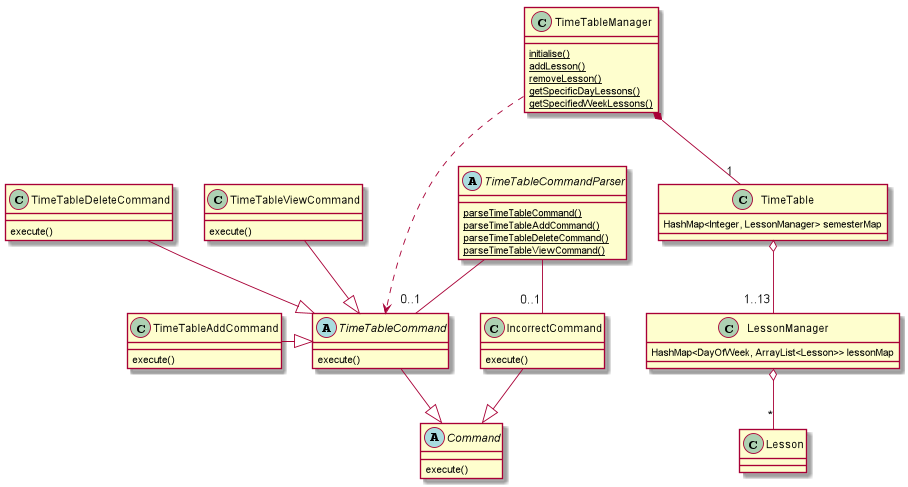
Before: docs/diagrams/TimeTableClassDiagram.png, a diagram exported from PlantUML (wangqinNick/tp).
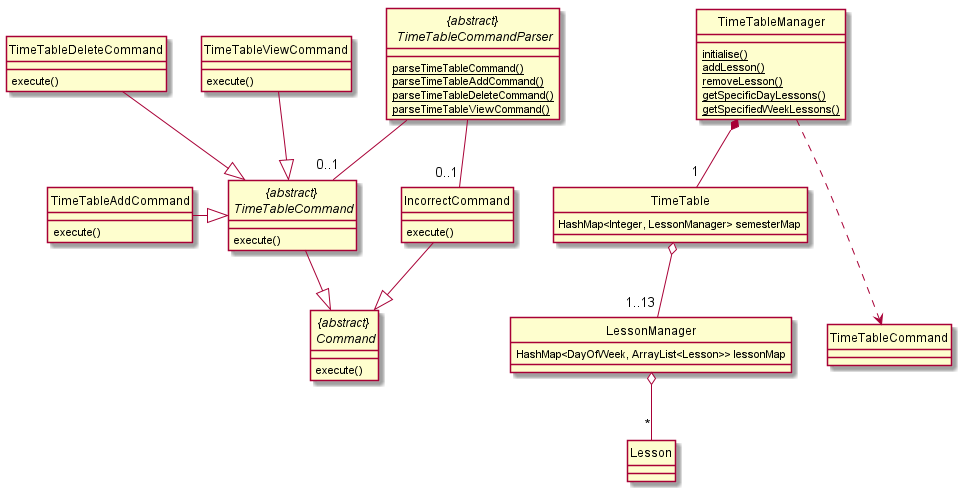
Above is the later version.

Commit message:
Amend class diagrams to remove the circle

Change to the diagram source:
```diff
@@ -1,21 +1,25 @@
 @startuml
+
+hide circle
+skinparam classAttributeIconSize 0
+
 class TimeTableAddCommand
 class TimeTableDeleteCommand
 class TimeTableViewCommand
 class Lesson
 
-abstract class TimeTableCommandParser {
+abstract class "{abstract} \n TimeTableCommandParser" {
     {static} parseTimeTableCommand()
     {static} parseTimeTableAddCommand()
     {static} parseTimeTableDeleteCommand()
     {static} parseTimeTableViewCommand()
 }
 
-abstract class TimeTableCommand {
+abstract class "{abstract} \n TimeTableCommand" {
     execute()
 }
 
-abstract class Command {
+abstract class "{abstract} \n Command" {
     execute()
 }
 
@@ -51,15 +55,15 @@
     {static} getSpecifiedWeekLessons()
 }
 
-TimeTableCommand --|> Command
-IncorrectCommand --|> Command
+"{abstract} \n TimeTableCommand" --|> "{abstract} \n Command"
+IncorrectCommand --|> "{abstract} \n Command"
 
-TimeTableCommandParser -- "0..1" TimeTableCommand
-TimeTableCommandParser -- "0..1" IncorrectCommand
+"{abstract} \n TimeTableCommandParser" -- "0..1" "{abstract} \n TimeTableCommand"
+"{abstract} \n TimeTableCommandParser" -- "0..1" IncorrectCommand
 
-TimeTableAddCommand -|> TimeTableCommand
-TimeTableDeleteCommand --|> TimeTableCommand
-TimeTableViewCommand --|> TimeTableCommand
+TimeTableAddCommand -|> "{abstract} \n TimeTableCommand"
+TimeTableDeleteCommand --|> "{abstract} \n TimeTableCommand"
+TimeTableViewCommand --|> "{abstract} \n TimeTableCommand"
 TimeTableManager *-- "1" TimeTable
 TimeTable o-- "1..13" LessonManager
 LessonManager o-- "*" Lesson
```
